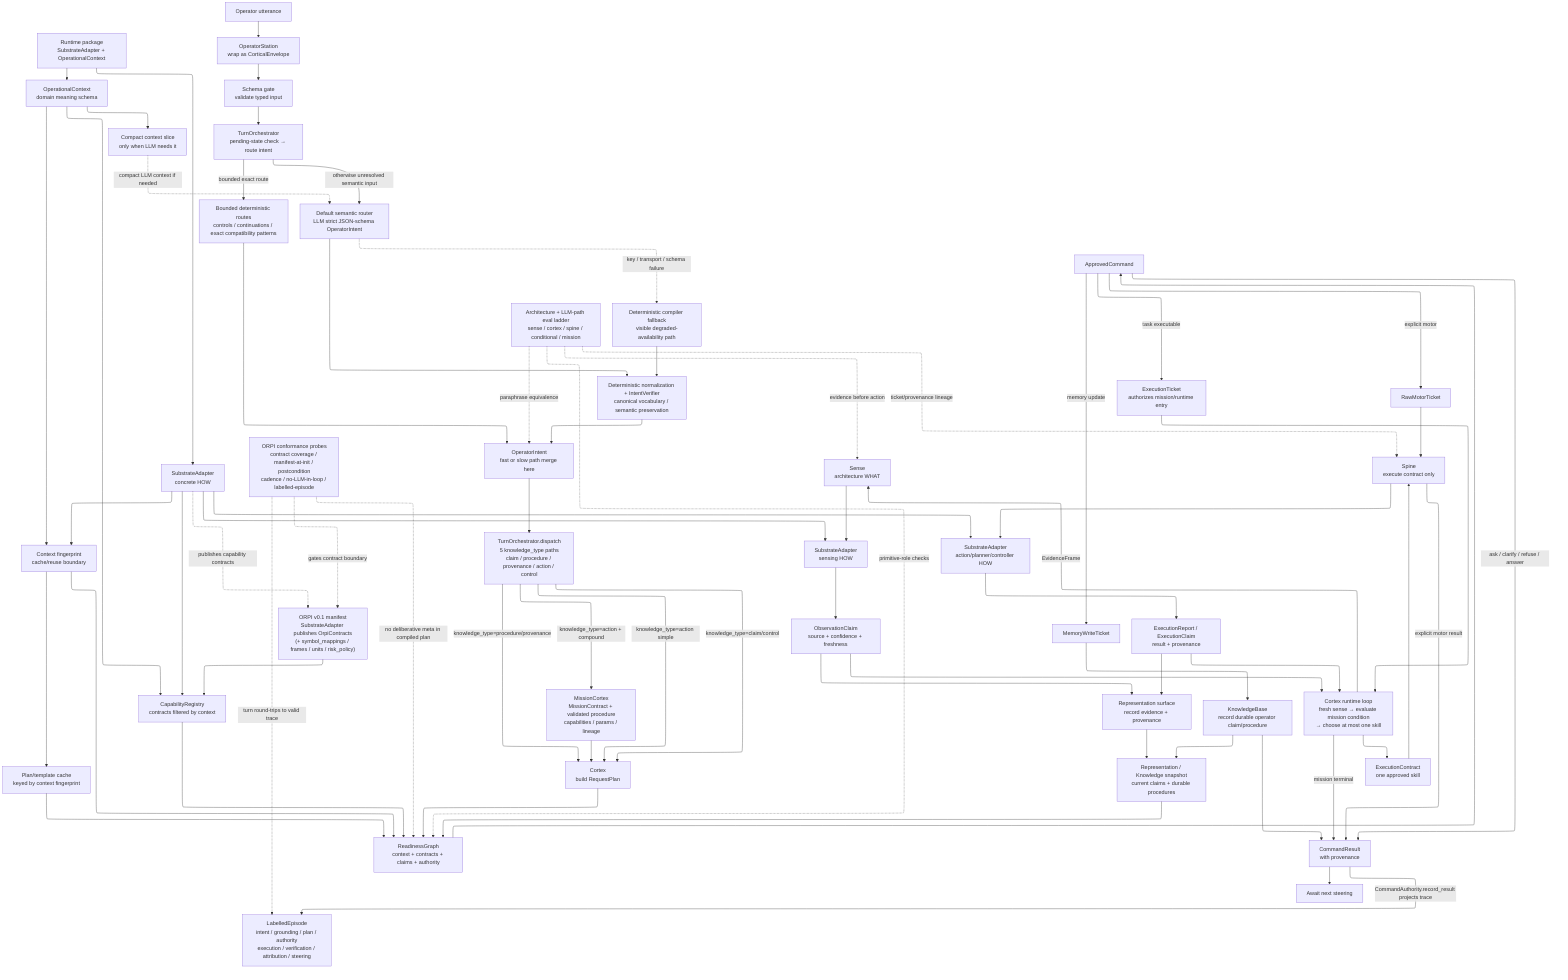
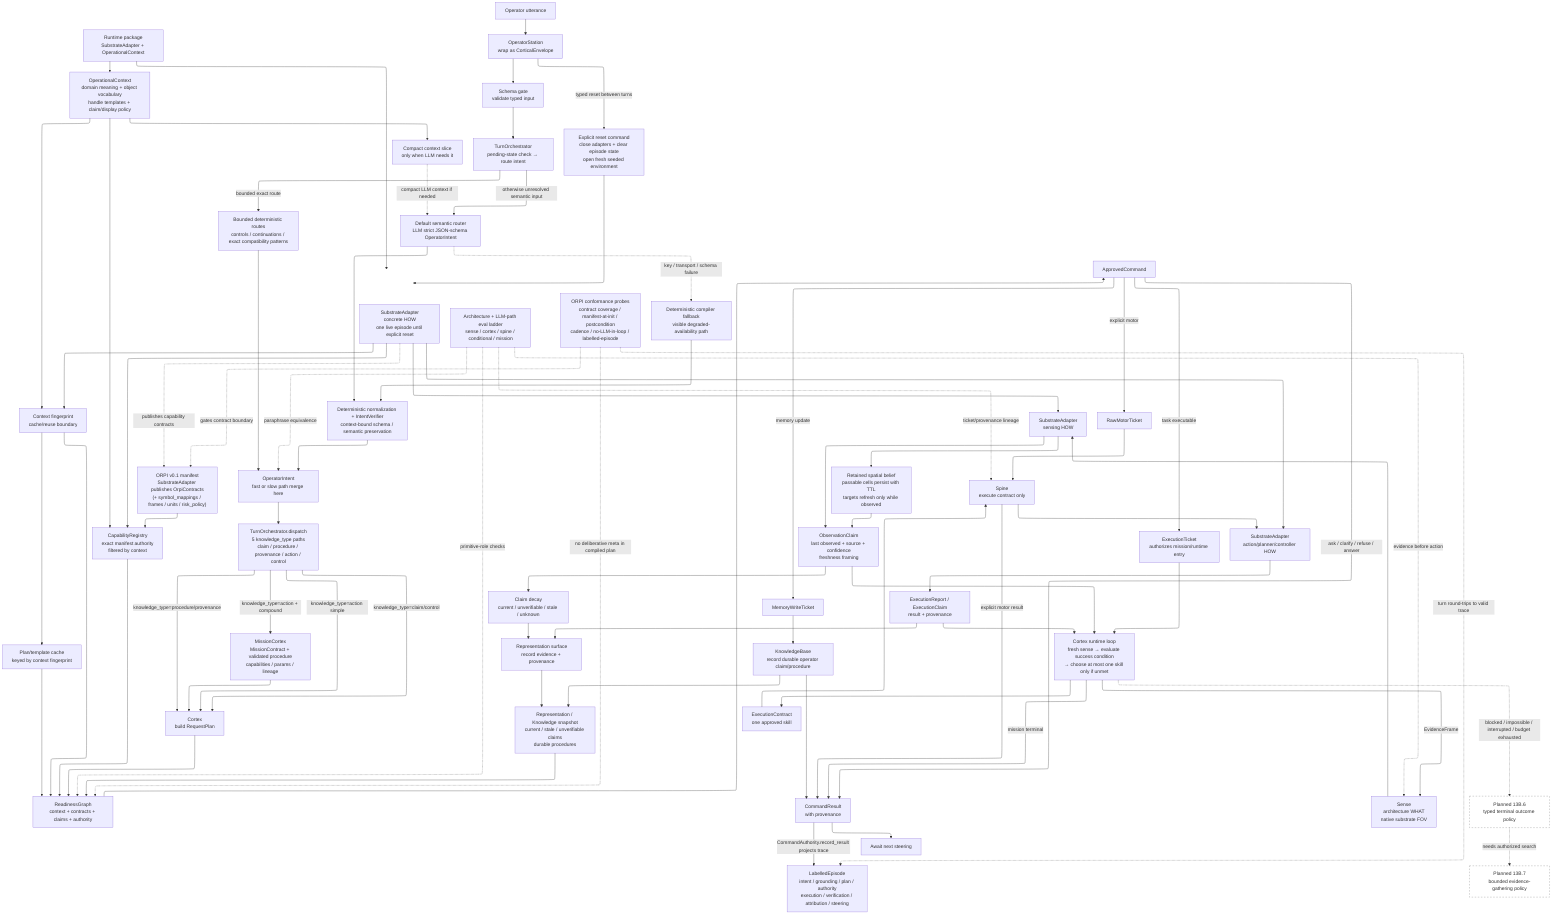
---
config:
  layout: elk
---
%% Detailed current turn/runtime flow.
%% Roadmap status lives only in task_plan.md.
+ %% Decision history and completed phase detail also live in task_plan.md.
flowchart TD

  Runtime["Runtime package<br>SubstrateAdapter + OperationalContext"]
-   Context["OperationalContext<br>domain meaning schema"]
-   Substrate["SubstrateAdapter<br>concrete HOW"]
-   Registry["CapabilityRegistry<br>contracts filtered by context"]
+   Context["OperationalContext<br>domain meaning + object vocabulary<br>handle templates + claim/display policy"]
+   Substrate["SubstrateAdapter<br>concrete HOW<br>one live episode until explicit reset"]
+   Registry["CapabilityRegistry<br>exact manifest authority<br>filtered by context"]
  Fingerprint["Context fingerprint<br>cache/reuse boundary"]
  Cache["Plan/template cache<br>keyed by context fingerprint"]
  Slice["Compact context slice<br>only when LLM needs it"]
  EvalLadder["Architecture + LLM-path eval ladder<br>sense / cortex / spine / conditional / mission"]
  OrpiManifest["ORPI v0.1 manifest<br>SubstrateAdapter publishes OrpiContracts<br>(+ symbol_mappings / frames / units / risk_policy)"]
  Episode["LabelledEpisode<br>intent / grounding / plan / authority<br>execution / verification / attribution / steering"]
  OrpiConf["ORPI conformance probes<br>contract coverage / manifest-at-init / postcondition<br>cadence / no-LLM-in-loop / labelled-episode"]

  Start["Operator utterance"]
  Station["OperatorStation<br>wrap as CorticalEnvelope"]
  SchemaIn["Schema gate<br>validate typed input"]
  Orch["TurnOrchestrator<br>pending-state check → route intent"]
  IntentCache["Bounded deterministic routes<br>controls / continuations / exact compatibility patterns"]
  LLM["Default semantic router<br>LLM strict JSON-schema OperatorIntent"]
  Fallback["Deterministic compiler fallback<br>visible degraded-availability path"]
-   Normalize["Deterministic normalization + IntentVerifier<br>canonical vocabulary / semantic preservation"]
+   Normalize["Deterministic normalization + IntentVerifier<br>context-bound schema / semantic preservation"]
  Intent["OperatorIntent<br>fast or slow path merge here"]
  Dispatch["TurnOrchestrator.dispatch<br>5 knowledge_type paths<br>claim / procedure / provenance / action / control"]
  Mission["MissionCortex<br>MissionContract + validated procedure<br>capabilities / params / lineage"]
  Plan["Cortex<br>build RequestPlan"]
-   Snapshot["Representation / Knowledge snapshot<br>current claims + durable procedures"]
+   Snapshot["Representation / Knowledge snapshot<br>current / stale / unverifiable claims<br>durable procedures"]
  Ready["ReadinessGraph<br>context + contracts + claims + authority"]
  Gate["ApprovedCommand"]
+   Reset["Explicit reset command<br>close adapters + clear episode state<br>open fresh seeded environment"]

  Runtime --> Context
  Runtime --> Substrate
  Context --> Registry
  Substrate --> Registry
  Context --> Fingerprint
  Substrate --> Fingerprint
  Fingerprint --> Cache
  Context --> Slice

  Start --> Station --> SchemaIn --> Orch
  Orch -->|bounded exact route| IntentCache --> Intent
  Orch -->|otherwise unresolved semantic input| LLM --> Normalize --> Intent
  LLM -. "key / transport / schema failure" .-> Fallback --> Normalize
  Slice -. "compact LLM context if needed" .-> LLM
  Intent --> Dispatch
  Dispatch -->|knowledge_type=procedure/provenance| Plan
  Dispatch -->|knowledge_type=action + compound| Mission --> Plan
  Dispatch -->|knowledge_type=action simple| Plan
  Dispatch -->|knowledge_type=claim/control| Plan
  Plan --> Ready
  Registry --> Ready
  Fingerprint --> Ready
  Cache --> Ready
  Snapshot --> Ready
  Ready --> Gate

  Gate -->|ask / clarify / refuse / answer| Result["CommandResult<br>with provenance"]
  Result --> End["Await next steering"]

-   Sense["Sense<br>architecture WHAT"]
+   Sense["Sense<br>architecture WHAT<br>native substrate FOV"]
  Sense --> SenseHow["SubstrateAdapter<br>sensing HOW"]
  Substrate --> SenseHow
-   SenseHow --> Observation["ObservationClaim<br>source + confidence + freshness"]
-   Observation --> KnowledgeWrite["Representation surface<br>record evidence + provenance"]
+   SenseHow --> Observation
+   SenseHow --> SpatialBelief["Retained spatial belief<br>passable cells persist with TTL<br>targets refresh only while observed"]
+   SpatialBelief --> Observation["ObservationClaim<br>last observed + source + confidence<br>freshness framing"]
+   Observation --> Decay["Claim decay<br>current / unverifiable / stale / unknown"]
+   Decay --> KnowledgeWrite["Representation surface<br>record evidence + provenance"]
  KnowledgeWrite --> Snapshot

  Gate -->|memory update| MemoryTicket["MemoryWriteTicket"]
  MemoryTicket --> OperatorClaim["KnowledgeBase<br>record durable operator claim/procedure"]
  OperatorClaim --> Snapshot
  OperatorClaim --> Result

  Gate -->|task executable| ExecTicket["ExecutionTicket<br>authorizes mission/runtime entry"]
-   ExecTicket --> RuntimeLoop["Cortex runtime loop<br>fresh sense → evaluate mission condition<br>→ choose at most one skill"]
+   ExecTicket --> RuntimeLoop["Cortex runtime loop<br>fresh sense → evaluate success condition<br>→ choose at most one skill only if unmet"]
  RuntimeLoop -->|EvidenceFrame| Sense
  Observation --> RuntimeLoop
  RuntimeLoop --> Contract["ExecutionContract<br>one approved skill"]
  Contract --> Spine["Spine<br>execute contract only"]
  Spine --> ActionHow["SubstrateAdapter<br>action/planner/controller HOW"]
  Substrate --> ActionHow
  ActionHow --> ExecClaim["ExecutionReport / ExecutionClaim<br>result + provenance"]
  ExecClaim --> RuntimeLoop
  ExecClaim --> KnowledgeWrite
  RuntimeLoop -->|mission terminal| Result
+ 
+   Termination["Planned 13B.6<br>typed terminal outcome policy"]
+   Search["Planned 13B.7<br>bounded evidence-gathering policy"]
+   RuntimeLoop -. "blocked / impossible / interrupted / budget exhausted" .-> Termination
+   Termination -. "needs authorized search" .-> Search

  Gate -->|explicit motor| MotorTicket["RawMotorTicket"]
  MotorTicket --> Spine
  Spine -->|explicit motor result| Result

  EvalLadder -. "paraphrase equivalence" .-> Intent
  EvalLadder -. "primitive-role checks" .-> Ready
  EvalLadder -. "evidence before action" .-> Sense
  EvalLadder -. "ticket/provenance lineage" .-> Spine

  Substrate -. "publishes capability contracts" .-> OrpiManifest
  OrpiManifest --> Registry
  Result -->|CommandAuthority.record_result projects trace| Episode
+   Station -->|typed reset between turns| Reset --> Substrate
  OrpiConf -. "gates contract boundary" .-> OrpiManifest
  OrpiConf -. "no deliberative meta in compiled plan" .-> Ready
  OrpiConf -. "turn round-trips to valid trace" .-> Episode
+ 
+   classDef future stroke-dasharray: 5 5,fill:#fff,stroke:#777,color:#333
+   class Termination,Search future
